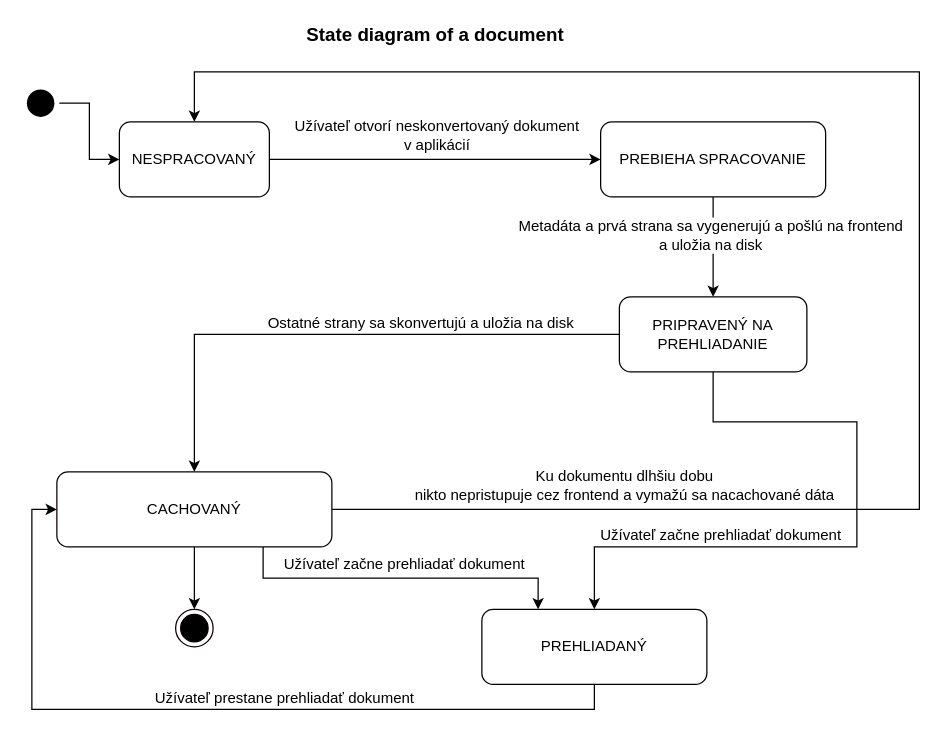
Earlier version of the draw.io diagram state_diagram.drawio (TIS2019-FMFI/theses-pdf-viewer). Source tidied: cells renumbered, new cells numbered last; positions are measured from the earlier drawing's top-left corner, leaving out a move shared by most shapes. Both pictures are drawn from the tidied source at 125%, with x=0, y=0 at pixel (21, 21).
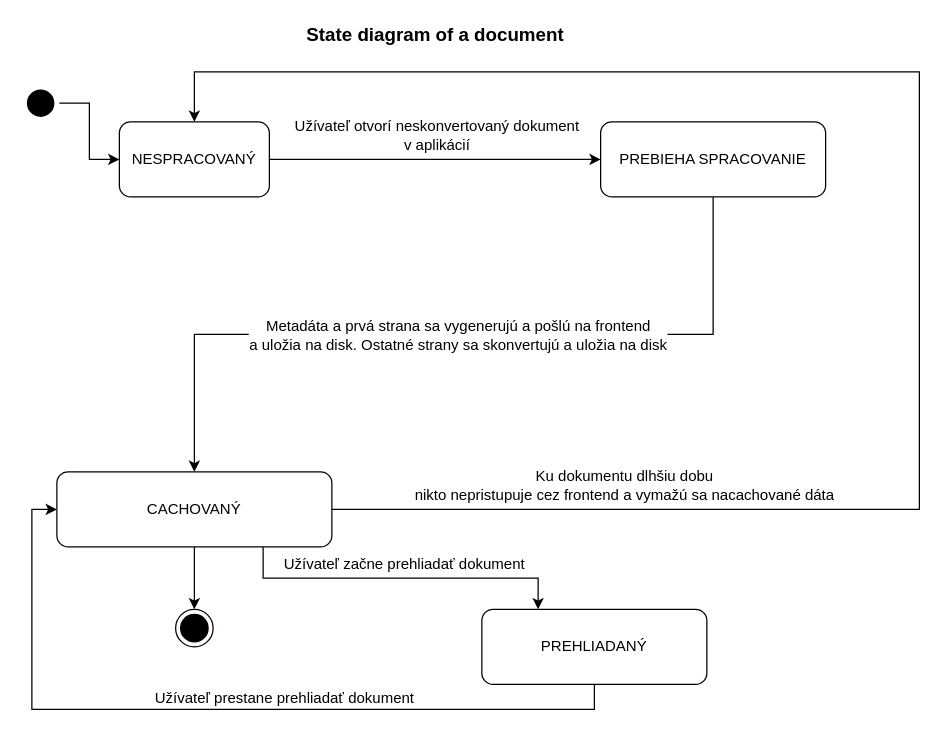
Above is the later version.

Commit message (it also covers changes not shown here):
Dobry den, vyhodil som nadbytocny stav a suvisiace stavove prechody.

The change refers to these unchanged cells:
```xml
<mxCell id="7" value="PREBIEHA SPRACOVANIE" style="rounded=1;whiteSpace=wrap;html=1;" parent="1" vertex="1">
  <mxGeometry x="463" y="80" width="180" height="60" as="geometry" />
</mxCell>
<mxCell id="19" value="CACHOVANÝ" style="rounded=1;whiteSpace=wrap;html=1;strokeColor=#080000;" parent="1" vertex="1">
  <mxGeometry x="28" y="360" width="220" height="60" as="geometry" />
</mxCell>
<mxCell id="24" value="PREHLIADANÝ" style="rounded=1;whiteSpace=wrap;html=1;" parent="1" vertex="1">
  <mxGeometry x="368" y="470" width="180" height="60" as="geometry" />
</mxCell>
```

What changed in the source:
```diff
@@
-    <mxCell id="5" style="edgeStyle=orthogonalEdgeStyle;rounded=0;jettySize=auto;html=1;exitX=0.5;exitY=1;exitDx=0;exitDy=0;entryX=0.5;entryY=0;entryDx=0;entryDy=0;" parent="1" edge="1" source="7" target="12">
-      <mxGeometry relative="1" as="geometry" />
-    </mxCell>
-    <mxCell id="6" value="Metadáta a prvá strana sa vygenerujú a pošlú na frontend&lt;br&gt;a uložia na disk" style="text;html=1;align=center;verticalAlign=middle;labelBackgroundColor=#ffffff;" parent="5" vertex="1">
-      <mxGeometry x="-0.25" y="-3" relative="1" as="geometry" />
-    </mxCell>
@@
-    <mxCell id="8" style="edgeStyle=orthogonalEdgeStyle;rounded=0;jettySize=auto;html=1;exitX=0;exitY=0.5;exitDx=0;exitDy=0;entryX=0.5;entryY=0;entryDx=0;entryDy=0;" parent="1" edge="1" source="12" target="19">
+    <mxCell id="8" style="edgeStyle=orthogonalEdgeStyle;rounded=0;jettySize=auto;html=1;exitX=0.5;exitY=1;exitDx=0;exitDy=0;entryX=0.5;entryY=0;entryDx=0;entryDy=0;" parent="1" edge="1" source="7" target="19">
       <mxGeometry relative="1" as="geometry" />
     </mxCell>
-    <mxCell id="9" value="Ostatné strany sa skonvertujú a uložia na disk" style="text;html=1;align=center;verticalAlign=middle;labelBackgroundColor=#ffffff;" parent="8" vertex="1">
-      <mxGeometry x="-0.14" y="1" relative="1" as="geometry">
-        <mxPoint x="34" y="-11" as="offset" />
-      </mxGeometry>
-    </mxCell>
-    <mxCell id="10" style="edgeStyle=orthogonalEdgeStyle;rounded=0;jettySize=auto;html=1;exitX=0.5;exitY=1;exitDx=0;exitDy=0;entryX=0.5;entryY=0;entryDx=0;entryDy=0;" parent="1" edge="1" source="12" target="24">
-      <mxGeometry relative="1" as="geometry">
-        <Array as="points">
-          <mxPoint x="553" y="320" />
-          <mxPoint x="668" y="320" />
-          <mxPoint x="668" y="420" />
-          <mxPoint x="458" y="420" />
-        </Array>
-      </mxGeometry>
-    </mxCell>
-    <mxCell id="11" value="Užívateľ začne prehliadať dokument" style="text;html=1;align=center;verticalAlign=middle;labelBackgroundColor=#ffffff;" parent="10" vertex="1">
-      <mxGeometry x="0.24" relative="1" as="geometry">
-        <mxPoint x="-46" y="-10" as="offset" />
-      </mxGeometry>
-    </mxCell>
-    <mxCell id="12" value="PRIPRAVENÝ NA PREHLIADANIE" style="rounded=1;whiteSpace=wrap;html=1;" parent="1" vertex="1">
-      <mxGeometry x="478" y="220" width="150" height="60" as="geometry" />
-    </mxCell>
+    <mxCell id="26" value="Metadáta a prvá strana sa vygenerujú a pošlú na frontend&lt;br&gt;a uložia na disk. Ostatné strany sa skonvertujú a uložia na disk" style="text;html=1;align=center;verticalAlign=middle;labelBackgroundColor=#ffffff;" parent="8" vertex="1">
+      <mxGeometry x="0.08" y="-3" relative="1" as="geometry">
+        <mxPoint x="28" y="3" as="offset" />
+      </mxGeometry>
+    </mxCell>
```
